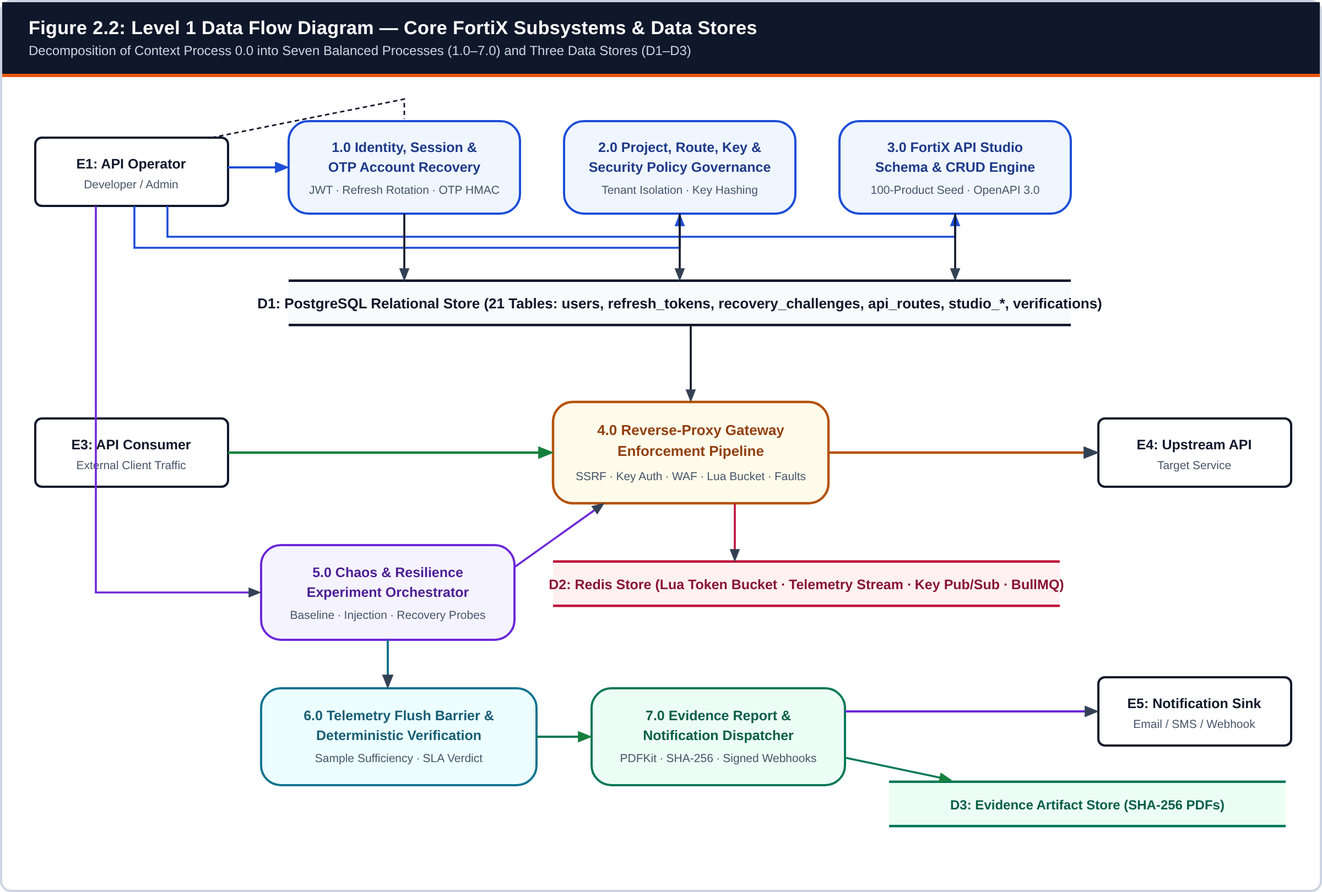
This is docs/reports/diagrams/fig03_dfd_level1.png from mr-vdnt/FortiX, a Mermaid export, as it was before one commit. Its source is kept beside it as docs/reports/diagrams/fig03_dfd_level1.mmd. Source of this version:
```mermaid
flowchart TB
  E1["E1: API Operator"] --> P1(("1.0 Auth & OTP Recovery"))
  E1 --> P2(("2.0 Route, Key & Policy Mgmt"))
  E1 --> P3(("3.0 API Studio Engine"))
  E1 --> P5(("5.0 Chaos Experiment Worker"))
  E3["E3: API Consumer"] --> P4(("4.0 Gateway Enforcement"))
  P4 --> E4["E4: Upstream API"]
  P4 --> P6(("6.0 Telemetry & Verification"))
  P5 --> P4
  P5 --> P6
  P6 --> P7(("7.0 Evidence PDF & Webhooks"))
  P7 --> E1
  P7 --> E5["E5: Webhook / Mail / SMS"]
  P1 <--> D1[("D1: PostgreSQL")]
  P2 <--> D1
  P3 <--> D1
  P4 <--> D2[("D2: Redis")]
  P6 <--> D1
  P7 <--> D3[("D3: Artifact Store")]
```
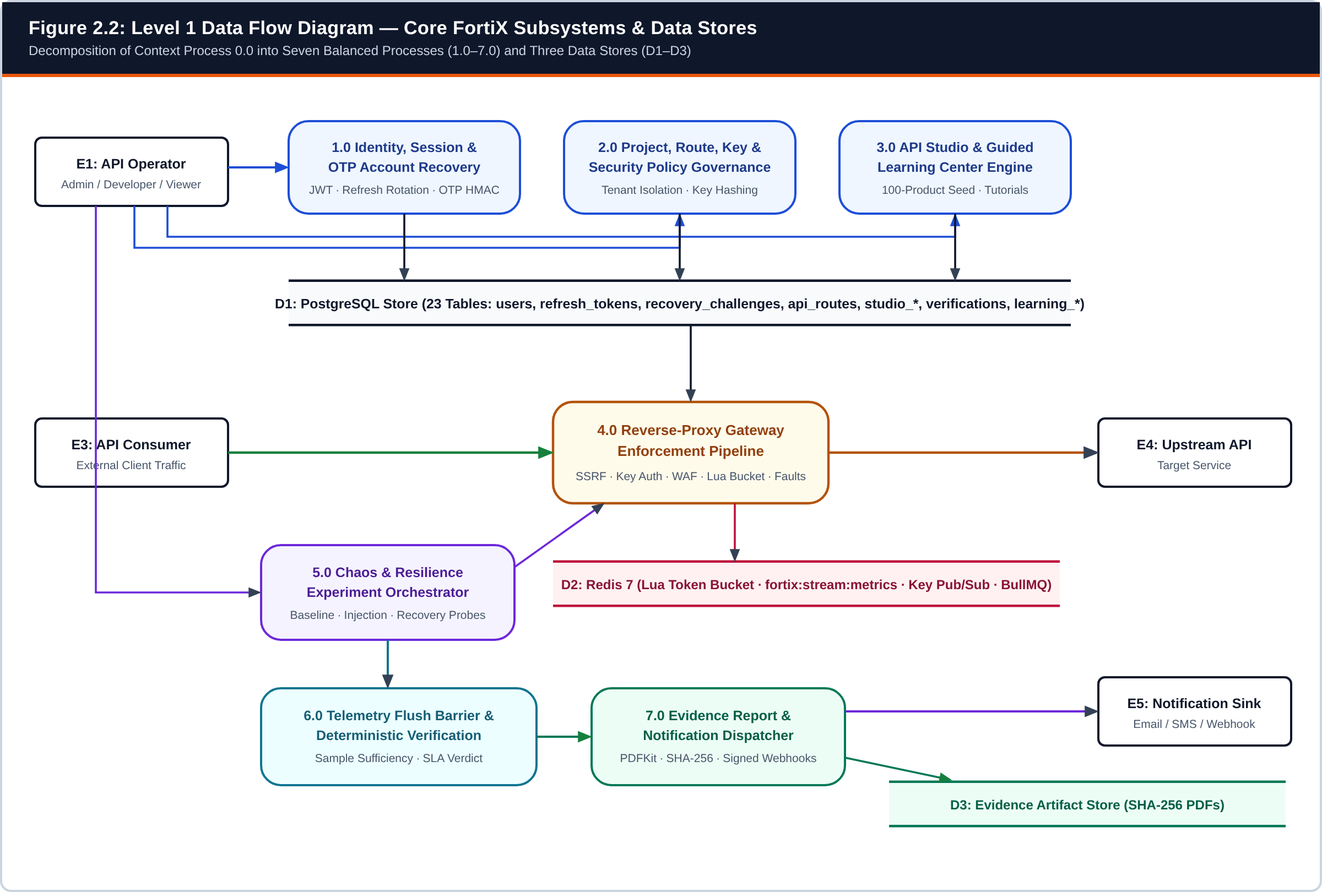
After the change.

The edit, as a diff of the source:
```diff
@@ -1,7 +1,7 @@
 flowchart TB
   E1["E1: API Operator"] --> P1(("1.0 Auth & OTP Recovery"))
   E1 --> P2(("2.0 Route, Key & Policy Mgmt"))
-  E1 --> P3(("3.0 API Studio Engine"))
+  E1 --> P3(("3.0 API Studio & Learning"))
   E1 --> P5(("5.0 Chaos Experiment Worker"))
   E3["E3: API Consumer"] --> P4(("4.0 Gateway Enforcement"))
   P4 --> E4["E4: Upstream API"]
@@ -11,9 +11,9 @@
   P6 --> P7(("7.0 Evidence PDF & Webhooks"))
   P7 --> E1
   P7 --> E5["E5: Webhook / Mail / SMS"]
-  P1 <--> D1[("D1: PostgreSQL")]
+  P1 <--> D1[("D1: PostgreSQL 23 Tables")]
   P2 <--> D1
   P3 <--> D1
-  P4 <--> D2[("D2: Redis")]
+  P4 <--> D2[("D2: Redis 7")]
   P6 <--> D1
   P7 <--> D3[("D3: Artifact Store")]
```
